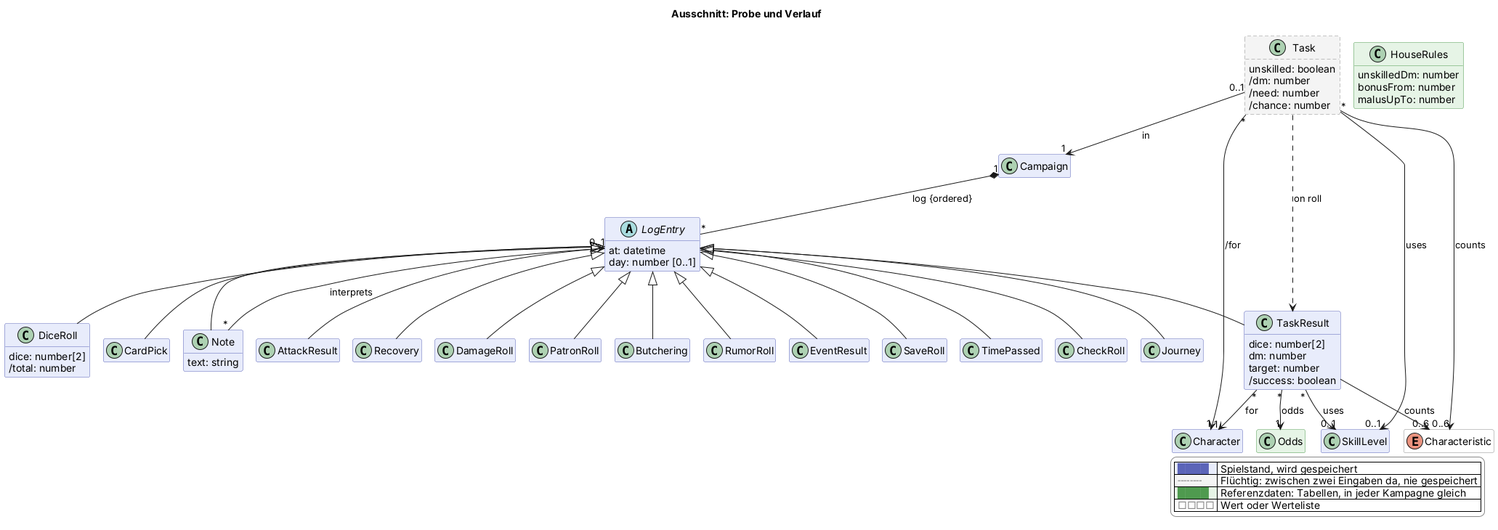
Earlier version of the PlantUML export docs/views/probe.png (scuzzar/SRE). The source it was exported from:
```plantuml
@startuml
!if %not(%variable_exists("$change"))
!$change = "*"
!endif
!function $marked($c)
!return $change == "*" || $change == $c
!endfunction
!function $new($c, $t)
!if $marked($c)
!return "<color:#d0021b><b>" + $t + "</b></color>"
!endif
!return $t
!endfunction
!procedure $gone($c, $t)
!if $marked($c)
<color:#d0021b><s>$t</s></color>
!endif
!endprocedure
!function $newClass($c)
!if $marked($c)
!return "#line:d0021b;line.bold"
!endif
!return ""
!endfunction
!function $newArrow($c)
!if $marked($c)
!return "[#d0021b,bold]"
!endif
!return ""
!endfunction
!function $goneArrow($c)
!if $marked($c)
!return "[#d0021b,dashed]"
!endif
!return ""
!endfunction
!pragma layout smetana
title Ausschnitt: Probe und Verlauf
hide empty members
hide methods
skinparam classAttributeIconSize 0
skinparam shadowing false
skinparam packageStyle rectangle
skinparam class {
  BackgroundColor #e8ecfb
  BorderColor #5b64b8
  BackgroundColor<<transient>> #f4f4f4
  BorderColor<<transient>> #8a8a8a
  BackgroundColor<<reference>> #e6f4e6
  BorderColor<<reference>> #4f9a4f
  BackgroundColor<<value>> #ffffff
  BorderColor<<value>> #8a8a8a
}
skinparam legendBackgroundColor #ffffff
skinparam legendBorderColor #8a8a8a
<style>
classDiagram {
  class {
    .transient {
      LineStyle 5-3
    }
  }
}
</style>
hide <<transient>> stereotype
hide <<reference>> stereotype
hide <<value>> stereotype

  class Campaign $kampagne
  class Character $charakter
  class SkillLevel $charakter



  abstract class LogEntry $probe {
    at: datetime
    day: number [0..1]
  }
  class DiceRoll $probe {
    dice: number[2]
    /total: number
  }
  class CardPick $karte
  class Note $probe {
    text: string
  }
  class PatronRoll $begegnung
  class Butchering $begegnung
  class RumorRoll $begegnung
  class EventResult $begegnung
  class SaveRoll $begegnung

  class TimePassed $reise
  class CheckRoll $reise
  class Journey $reise

  class Task <<transient>> $probe {
    unskilled: boolean
    /dm: number
    /need: number
    /chance: number
  }
  class TaskResult $probe {
    dice: number[2]
    dm: number
    target: number
    /success: boolean
  }
  class AttackResult $kampf
  class Recovery $kampf
  class DamageRoll $kampf

  class Odds <<reference>> $karte
  class HouseRules <<reference>> $probe {
    unskilledDm: number
    bonusFrom: number
    malusUpTo: number
  }
  enum Characteristic <<value>> $charakter

Campaign "1" *-- "*" LogEntry : log {ordered}

LogEntry <|-- TimePassed
LogEntry <|-- CheckRoll
LogEntry <|-- Journey






LogEntry <|-- DiceRoll
LogEntry <|-- CardPick
LogEntry <|-- TaskResult
LogEntry <|-- AttackResult
LogEntry <|-- DamageRoll
LogEntry <|-- Recovery
LogEntry <|-- Note
LogEntry <|-- PatronRoll
LogEntry <|-- RumorRoll
LogEntry <|-- Butchering
Note "*" --> "0..1" LogEntry : interprets
TaskResult "*" --> "1" Character : for
TaskResult "*" --> "0..1" SkillLevel : uses
TaskResult --> "0..6" Characteristic : counts
TaskResult "*" --> "1" Odds : odds

Task "0..1" --> "1" Campaign : in
Task "*" --> "1" Character : /for
Task "*" --> "0..1" SkillLevel : uses
Task --> "0..6" Characteristic : counts
Task ..> TaskResult : on roll


LogEntry <|-- EventResult
LogEntry <|-- SaveRoll



legend right
  |<#e8ecfb> <color:#5b64b8>████</color> | Spielstand, wird gespeichert |
  |<#f4f4f4> <color:#8a8a8a>╌╌╌╌</color> | Flüchtig: zwischen zwei Eingaben da, nie gespeichert |
  |<#e6f4e6> <color:#4f9a4f>████</color> | Referenzdaten: Tabellen, in jeder Kampagne gleich |
  |<#ffffff> <color:#8a8a8a>□□□□</color> | Wert oder Werteliste |
endlegend
@enduml
```
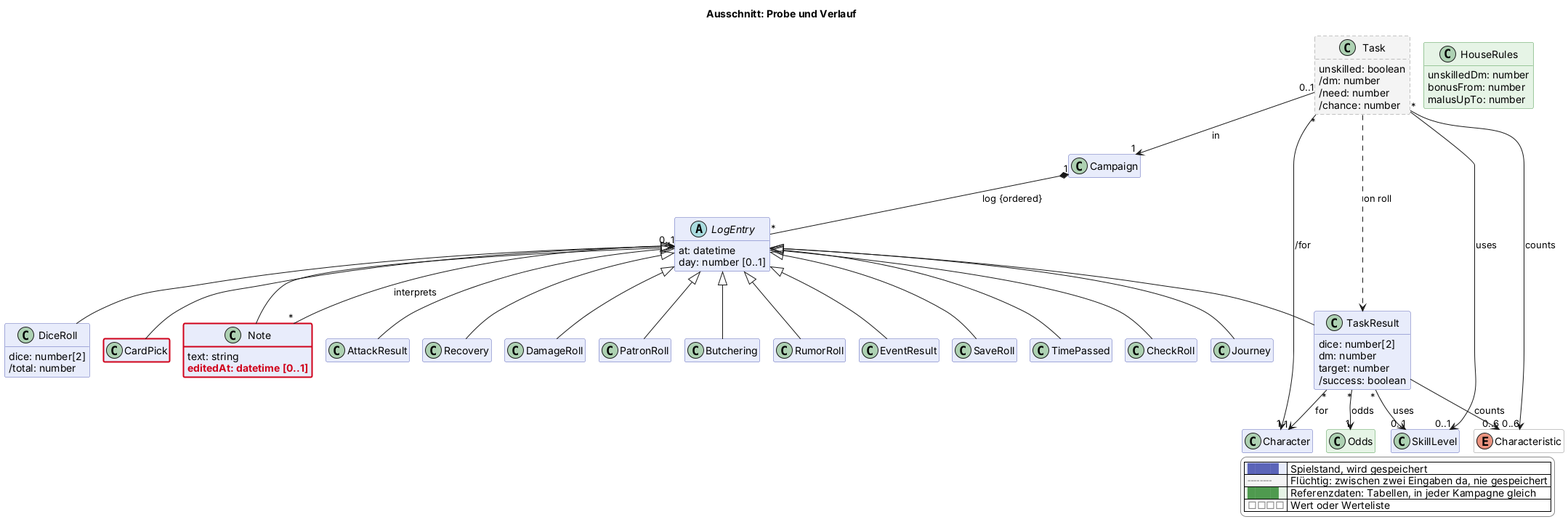
The same file after the commit.

What changed in the source:
```diff
@@ -83,6 +83,7 @@
   class CardPick $karte
   class Note $probe {
     text: string
+    $new("2026-11-14e", "editedAt: datetime [0..1]")
   }
   class PatronRoll $begegnung
   class Butchering $begegnung
@@ -163,4 +164,6 @@
   |<#e6f4e6> <color:#4f9a4f>████</color> | Referenzdaten: Tabellen, in jeder Kampagne gleich |
   |<#ffffff> <color:#8a8a8a>□□□□</color> | Wert oder Werteliste |
 endlegend
+class CardPick #line:d0021b;line.bold
+class Note #line:d0021b;line.bold
 @enduml
```
